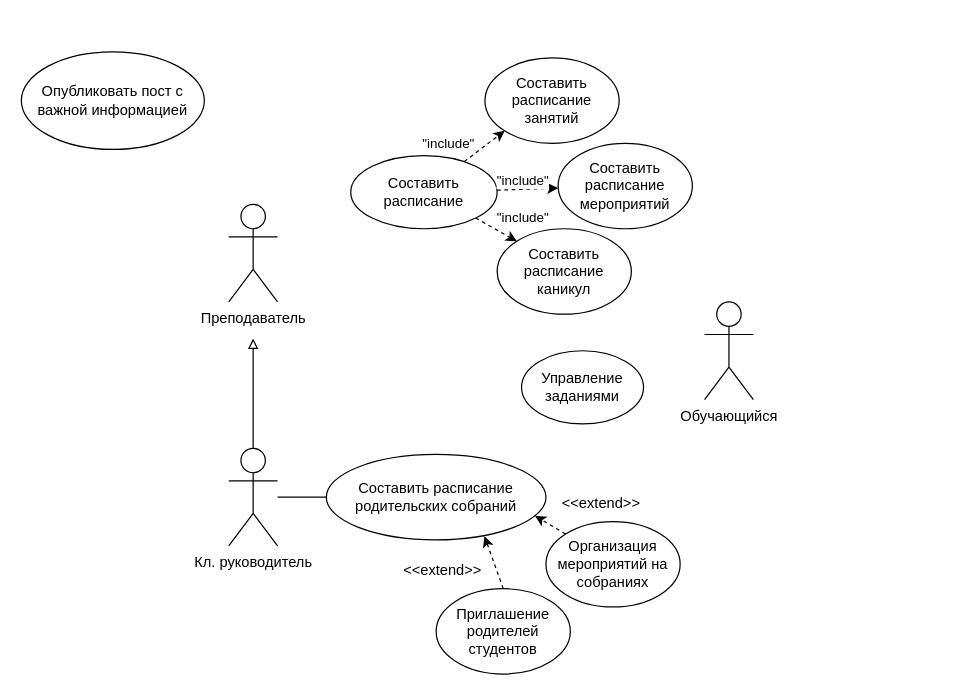
This is Диаграмма без названия.drawio from dubnart/netology, a draw.io file, before an edit. Source tidied: cells renumbered, new cells numbered last; positions are measured from the earlier drawing's top-left corner, leaving out a move shared by most shapes. Both pictures are drawn from the tidied source at 122%, with x=0, y=0 at pixel (21, 51).
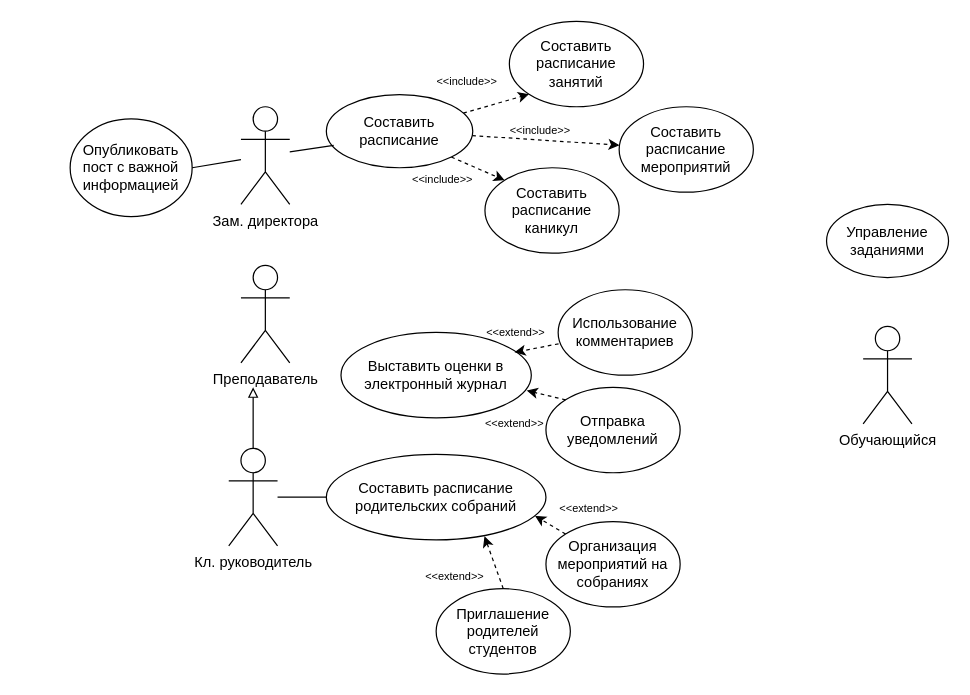
Above is the later version.

The change refers to these unchanged cells:
```xml
<mxCell id="4" style="rounded=0;jettySize=auto;html=1;entryX=0;entryY=1;entryDx=0;entryDy=0;dashed=1;" parent="1" edge="1" source="8" target="10">
  <mxGeometry relative="1" as="geometry" />
</mxCell>
<mxCell id="16" value="Кл. руководитель" style="shape=umlActor;verticalLabelPosition=bottom;verticalAlign=top;html=1;outlineConnect=0;" parent="1" vertex="1">
  <mxGeometry x="170" y="325" width="40" height="80" as="geometry" />
</mxCell>
```

What changed in the source:
```diff
@@
-    <mxCell id="2" value="Преподаватель" style="shape=umlActor;verticalLabelPosition=bottom;verticalAlign=top;html=1;outlineConnect=0;" parent="1" vertex="1">
-      <mxGeometry x="170" y="125" width="40" height="80" as="geometry" />
+    <mxCell id="2" value="Зам. директора" style="shape=umlActor;verticalLabelPosition=bottom;verticalAlign=top;html=1;outlineConnect=0;" parent="1" vertex="1">
+      <mxGeometry x="180" y="45" width="40" height="80" as="geometry" />
     </mxCell>
     <mxCell id="3" value="Опубликовать пост с важной информацией" style="ellipse;whiteSpace=wrap;html=1;" parent="1" vertex="1">
-      <mxGeometry width="150" height="80" as="geometry" />
+      <mxGeometry x="40" y="55" width="100" height="80" as="geometry" />
     </mxCell>
@@
-    <mxCell id="5" value="&quot;include&quot;" style="edgeLabel;html=1;align=center;verticalAlign=middle;" parent="4" vertex="1">
-      <mxGeometry x="-0.44" y="1" relative="1" as="geometry">
-        <mxPoint x="-22" y="-7" as="offset" />
-      </mxGeometry>
-    </mxCell>
@@
     <mxCell id="8" value="Составить расписание" style="ellipse;whiteSpace=wrap;html=1;" parent="1" vertex="1">
-      <mxGeometry x="270" y="85" width="120" height="60" as="geometry" />
+      <mxGeometry x="250" y="35" width="120" height="60" as="geometry" />
     </mxCell>
     <mxCell id="9" value="Составить расписание мероприятий" style="ellipse;whiteSpace=wrap;html=1;" parent="1" vertex="1">
-      <mxGeometry x="440" y="75" width="110" height="70" as="geometry" />
+      <mxGeometry x="490" y="45" width="110" height="70" as="geometry" />
     </mxCell>
     <mxCell id="10" value="Составить расписание занятий" style="ellipse;whiteSpace=wrap;html=1;" parent="1" vertex="1">
-      <mxGeometry x="380" y="5" width="110" height="70" as="geometry" />
+      <mxGeometry x="400" y="-25" width="110" height="70" as="geometry" />
     </mxCell>
     <mxCell id="11" value="Составить расписание каникул" style="ellipse;whiteSpace=wrap;html=1;" parent="1" vertex="1">
-      <mxGeometry x="390" y="145" width="110" height="70" as="geometry" />
+      <mxGeometry x="380" y="95" width="110" height="70" as="geometry" />
     </mxCell>
-    <mxCell id="12" value="&quot;include&quot;" style="edgeLabel;html=1;align=center;verticalAlign=middle;" parent="1" vertex="1">
-      <mxGeometry x="410" y="105" as="geometry" />
-    </mxCell>
-    <mxCell id="13" value="&quot;include&quot;" style="edgeLabel;html=1;align=center;verticalAlign=middle;" parent="1" vertex="1">
-      <mxGeometry x="410" y="135" as="geometry" />
-    </mxCell>
     <mxCell id="14" value="Обучающийся" style="shape=umlActor;verticalLabelPosition=bottom;verticalAlign=top;html=1;" parent="1" vertex="1">
-      <mxGeometry x="560" y="205" width="40" height="80" as="geometry" />
+      <mxGeometry x="690" y="225" width="40" height="80" as="geometry" />
     </mxCell>
     <mxCell id="15" style="edgeStyle=orthogonalEdgeStyle;rounded=0;jettySize=auto;html=1;exitX=0.5;exitY=0;exitDx=0;exitDy=0;exitPerimeter=0;endArrow=block;endFill=0;" parent="1" edge="1" source="16">
       <mxGeometry relative="1" as="geometry">
-        <mxPoint x="190" y="235" as="targetPoint" />
+        <mxPoint x="190" y="275" as="targetPoint" />
       </mxGeometry>
     </mxCell>
@@
     <mxCell id="17" value="Управление заданиями" style="ellipse;whiteSpace=wrap;html=1;" parent="1" vertex="1">
-      <mxGeometry x="410" y="245" width="100" height="60" as="geometry" />
+      <mxGeometry x="660" y="125" width="100" height="60" as="geometry" />
     </mxCell>
@@
-    <mxCell id="24" value="&amp;lt;&amp;lt;extend&amp;gt;&amp;gt;" style="text;html=1;align=center;verticalAlign=middle;strokeColor=none;fillColor=none;" parent="1" vertex="1">
-      <mxGeometry x="300" y="410" width="90" height="30" as="geometry" />
-    </mxCell>
-    <mxCell id="25" value="&amp;lt;&amp;lt;extend&amp;gt;&amp;gt;" style="text;html=1;align=center;verticalAlign=middle;strokeColor=none;fillColor=none;" parent="1" vertex="1">
-      <mxGeometry x="430" y="355" width="90" height="30" as="geometry" />
-    </mxCell>
+    <mxCell id="26" value="Выставить оценки в электронный журнал" style="ellipse;whiteSpace=wrap;html=1;" parent="1" vertex="1">
+      <mxGeometry x="262" y="230" width="156" height="70" as="geometry" />
+    </mxCell>
+    <mxCell id="27" value="Отправка уведомлений" style="ellipse;whiteSpace=wrap;html=1;" parent="1" vertex="1">
+      <mxGeometry x="430" y="275" width="110" height="70" as="geometry" />
+    </mxCell>
+    <mxCell id="28" value="Использование комментариев" style="ellipse;whiteSpace=wrap;html=1;" parent="1" vertex="1">
+      <mxGeometry x="440" y="195" width="110" height="70" as="geometry" />
+    </mxCell>
+    <mxCell id="29" style="rounded=0;jettySize=auto;html=1;exitX=0;exitY=0;exitDx=0;exitDy=0;entryX=0.976;entryY=0.681;entryDx=0;entryDy=0;entryPerimeter=0;dashed=1;" parent="1" edge="1" source="27" target="26">
+      <mxGeometry relative="1" as="geometry" />
+    </mxCell>
+    <mxCell id="30" style="rounded=0;jettySize=auto;html=1;exitX=0.003;exitY=0.633;exitDx=0;exitDy=0;entryX=0.912;entryY=0.233;entryDx=0;entryDy=0;entryPerimeter=0;dashed=1;exitPerimeter=0;" parent="1" edge="1" source="28" target="26">
+      <mxGeometry relative="1" as="geometry" />
+    </mxCell>
+    <mxCell id="31" value="&amp;lt;&amp;lt;extend&amp;gt;&amp;gt;" style="text;html=1;align=center;verticalAlign=middle;strokeColor=none;fillColor=none;fontSize=9;" parent="1" vertex="1">
+      <mxGeometry x="430" y="365" width="70" height="20" as="geometry" />
+    </mxCell>
+    <mxCell id="32" value="&amp;lt;&amp;lt;extend&amp;gt;&amp;gt;" style="text;html=1;align=center;verticalAlign=middle;strokeColor=none;fillColor=none;fontSize=9;" parent="1" vertex="1">
+      <mxGeometry x="320" y="420" width="70" height="20" as="geometry" />
+    </mxCell>
+    <mxCell id="33" value="&amp;lt;&amp;lt;extend&amp;gt;&amp;gt;" style="text;html=1;align=center;verticalAlign=middle;strokeColor=none;fillColor=none;fontSize=9;" parent="1" vertex="1">
+      <mxGeometry x="369" y="295" width="70" height="20" as="geometry" />
+    </mxCell>
+    <mxCell id="34" value="&amp;lt;&amp;lt;extend&amp;gt;&amp;gt;" style="text;html=1;align=center;verticalAlign=middle;strokeColor=none;fillColor=none;fontSize=9;" parent="1" vertex="1">
+      <mxGeometry x="370" y="220" width="70" height="20" as="geometry" />
+    </mxCell>
+    <mxCell id="35" value="Преподаватель" style="shape=umlActor;verticalLabelPosition=bottom;verticalAlign=top;html=1;" parent="1" vertex="1">
+      <mxGeometry x="180" y="175" width="40" height="80" as="geometry" />
+    </mxCell>
+    <mxCell id="36" style="rounded=0;jettySize=auto;html=1;exitX=1;exitY=0.5;exitDx=0;exitDy=0;endArrow=none;endFill=0;" parent="1" edge="1" source="3" target="2">
+      <mxGeometry relative="1" as="geometry" />
+    </mxCell>
+    <mxCell id="37" style="rounded=0;jettySize=auto;html=1;entryX=0.05;entryY=0.694;entryDx=0;entryDy=0;entryPerimeter=0;endArrow=none;endFill=0;" parent="1" edge="1" source="2" target="8">
+      <mxGeometry relative="1" as="geometry" />
+    </mxCell>
+    <mxCell id="38" value="&amp;lt;&amp;lt;include&amp;gt;&amp;gt;" style="text;html=1;align=center;verticalAlign=middle;strokeColor=none;fillColor=none;fontSize=9;" parent="1" vertex="1">
+      <mxGeometry x="330" y="15" width="70" height="20" as="geometry" />
+    </mxCell>
+    <mxCell id="39" value="&amp;lt;&amp;lt;include&amp;gt;&amp;gt;" style="text;html=1;align=center;verticalAlign=middle;strokeColor=none;fillColor=none;fontSize=9;" parent="1" vertex="1">
+      <mxGeometry x="390" y="55" width="70" height="20" as="geometry" />
+    </mxCell>
+    <mxCell id="40" value="&amp;lt;&amp;lt;include&amp;gt;&amp;gt;" style="text;html=1;align=center;verticalAlign=middle;strokeColor=none;fillColor=none;fontSize=9;" parent="1" vertex="1">
+      <mxGeometry x="310" y="95" width="70" height="20" as="geometry" />
+    </mxCell>
```
